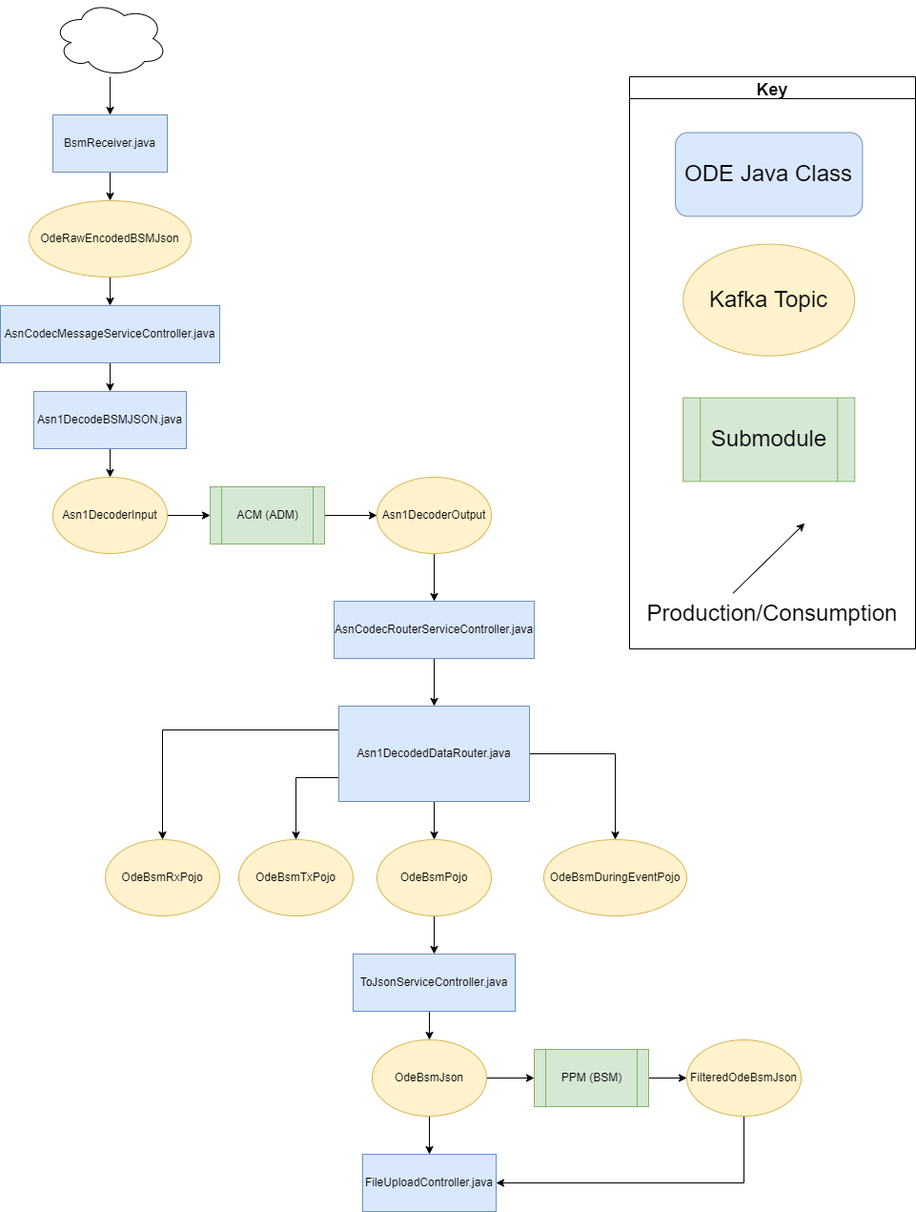
The draw.io diagram docs/data-flow-diagrams/bsm/BSM Data Flow.drawio.png in usdot-jpo-ode/jpo-ode, before a commit. Source tidied: cells renumbered, new cells last; positions are measured from the earlier drawing's top-left corner, leaving out a move shared by most shapes.
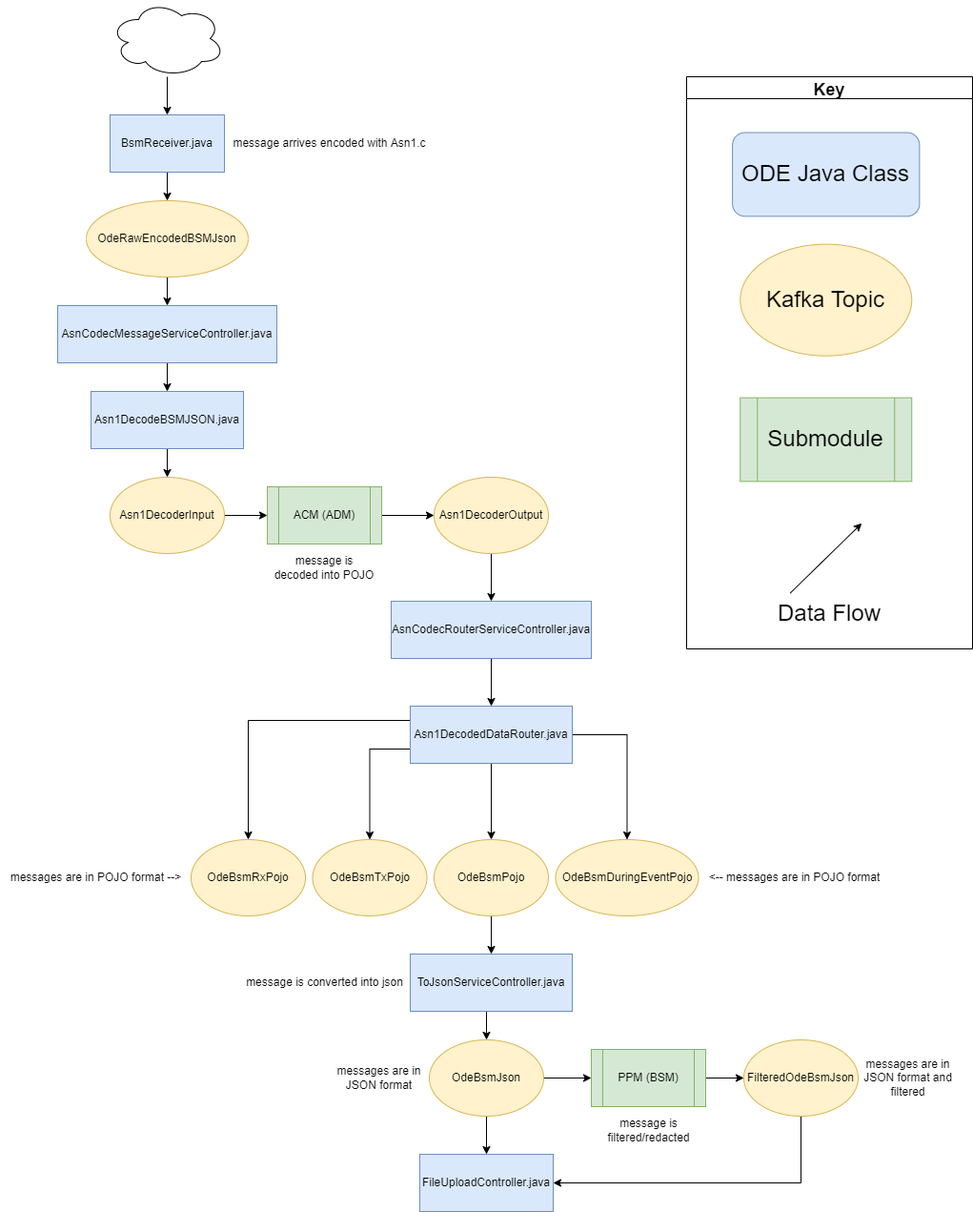
The same file after the commit.

Commit message:
Added contextual explanations to the BSM Data Flow diagram.

The edit, as a diff of the source:
```diff
@@ -15,13 +15,13 @@
       <mxGeometry relative="1" as="geometry" />
     </mxCell>
     <mxCell id="6" value="Asn1DecodedDataRouter.java" style="rounded=0;whiteSpace=wrap;html=1;fillColor=#dae8fc;strokeColor=#6c8ebf;" parent="1" vertex="1">
-      <mxGeometry x="355" y="740" width="200" height="100" as="geometry" />
+      <mxGeometry x="370" y="740" width="170" height="60" as="geometry" />
     </mxCell>
     <mxCell id="7" value="OdeBsmDuringEventPojo" style="ellipse;whiteSpace=wrap;html=1;fillColor=#fff2cc;strokeColor=#d6b656;" parent="1" vertex="1">
-      <mxGeometry x="570" y="880" width="150" height="80" as="geometry" />
+      <mxGeometry x="522.5" y="880" width="150" height="80" as="geometry" />
     </mxCell>
     <mxCell id="8" value="OdeBsmRxPojo" style="ellipse;whiteSpace=wrap;html=1;fillColor=#fff2cc;strokeColor=#d6b656;" parent="1" vertex="1">
-      <mxGeometry x="110" y="880" width="120" height="80" as="geometry" />
+      <mxGeometry x="140" y="880" width="120" height="80" as="geometry" />
     </mxCell>
     <mxCell id="9" style="edgeStyle=orthogonalEdgeStyle;rounded=0;jettySize=auto;html=1;entryX=0.5;entryY=0;entryDx=0;entryDy=0;" parent="1" edge="1" source="10" target="26">
       <mxGeometry relative="1" as="geometry" />
@@ -102,7 +102,7 @@
       <mxGeometry x="380" y="1210" width="140" height="60" as="geometry" />
     </mxCell>
     <mxCell id="35" value="OdeBsmTxPojo" style="ellipse;whiteSpace=wrap;html=1;fillColor=#fff2cc;strokeColor=#d6b656;" parent="1" vertex="1">
-      <mxGeometry x="250" y="880" width="120" height="80" as="geometry" />
+      <mxGeometry x="267.5" y="880" width="120" height="80" as="geometry" />
     </mxCell>
     <mxCell id="36" style="edgeStyle=orthogonalEdgeStyle;rounded=0;jettySize=auto;html=1;entryX=0.5;entryY=0;entryDx=0;entryDy=0;exitX=0.5;exitY=1;exitDx=0;exitDy=0;" parent="1" edge="1" source="37" target="6">
       <mxGeometry relative="1" as="geometry" />
@@ -119,8 +119,8 @@
     <mxCell id="40" value="Key" style="swimlane;labelBackgroundColor=none;fontSize=18;" parent="38" vertex="1">
       <mxGeometry width="300" height="600" as="geometry" />
     </mxCell>
-    <mxCell id="41" value="&lt;font style=&quot;font-size: 24px&quot;&gt;Production/Consumption&lt;/font&gt;" style="text;html=1;strokeColor=none;fillColor=none;align=center;verticalAlign=middle;whiteSpace=wrap;rounded=0;labelBackgroundColor=none;" parent="40" vertex="1">
-      <mxGeometry x="105" y="541.5" width="90" height="43.9" as="geometry" />
+    <mxCell id="41" value="&lt;font style=&quot;font-size: 24px&quot;&gt;Data Flow&lt;/font&gt;" style="text;html=1;strokeColor=none;fillColor=none;align=center;verticalAlign=middle;whiteSpace=wrap;rounded=0;labelBackgroundColor=none;" parent="40" vertex="1">
+      <mxGeometry x="90" y="541.5" width="120" height="43.9" as="geometry" />
     </mxCell>
     <mxCell id="42" style="endArrow=classic;html=1;rounded=0;labelBackgroundColor=none;" parent="40" edge="1">
       <mxGeometry relative="1" as="geometry">
@@ -140,5 +140,29 @@
     <mxCell id="46" style="ellipse;shape=cloud;whiteSpace=wrap;html=1;labelBackgroundColor=none;fontSize=18;" parent="1" vertex="1">
       <mxGeometry x="55" width="120" height="80" as="geometry" />
     </mxCell>
+    <mxCell id="47" value="message arrives encoded with Asn1.c" style="text;html=1;align=center;verticalAlign=middle;strokeColor=none;fillColor=none;" parent="1" vertex="1">
+      <mxGeometry x="175" y="140" width="220" height="20" as="geometry" />
+    </mxCell>
+    <mxCell id="48" value="message is decoded into POJO" style="text;html=1;strokeColor=none;fillColor=none;align=center;verticalAlign=middle;whiteSpace=wrap;rounded=0;" parent="1" vertex="1">
+      <mxGeometry x="225" y="570" width="110" height="50" as="geometry" />
+    </mxCell>
+    <mxCell id="49" value="message is converted into json" style="text;html=1;align=center;verticalAlign=middle;strokeColor=none;fillColor=none;" parent="1" vertex="1">
+      <mxGeometry x="190" y="1020" width="180" height="20" as="geometry" />
+    </mxCell>
+    <mxCell id="50" value="message is filtered/redacted" style="text;html=1;strokeColor=none;fillColor=none;align=center;verticalAlign=middle;whiteSpace=wrap;rounded=0;" parent="1" vertex="1">
+      <mxGeometry x="567.5" y="1160" width="105" height="50" as="geometry" />
+    </mxCell>
+    <mxCell id="51" value="messages are in JSON format and filtered" style="text;html=1;strokeColor=none;fillColor=none;align=center;verticalAlign=middle;whiteSpace=wrap;rounded=0;" parent="1" vertex="1">
+      <mxGeometry x="840" y="1105" width="105" height="50" as="geometry" />
+    </mxCell>
+    <mxCell id="52" value="messages are in JSON format" style="text;html=1;strokeColor=none;fillColor=none;align=center;verticalAlign=middle;whiteSpace=wrap;rounded=0;" parent="1" vertex="1">
+      <mxGeometry x="285" y="1105" width="105" height="50" as="geometry" />
+    </mxCell>
+    <mxCell id="53" value="messages are in POJO format --&amp;gt;" style="text;html=1;align=center;verticalAlign=middle;strokeColor=none;fillColor=none;" parent="1" vertex="1">
+      <mxGeometry x="-60" y="910" width="200" height="20" as="geometry" />
+    </mxCell>
+    <mxCell id="54" value="&amp;lt;-- messages are in POJO format" style="text;html=1;align=center;verticalAlign=middle;strokeColor=none;fillColor=none;" parent="1" vertex="1">
+      <mxGeometry x="672.5" y="910" width="200" height="20" as="geometry" />
+    </mxCell>
   </root>
 </mxGraphModel>
```
